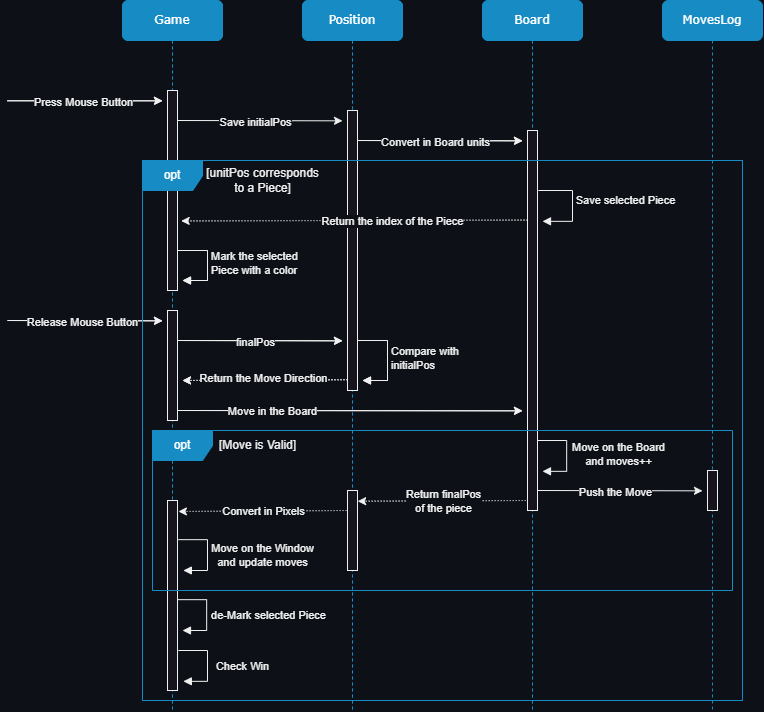
Earlier version of the draw.io export img/Sequence_Diagrams/SD-move_piece-dark_theme.png (nickramos94/Klotski). Source tidied: cells renumbered, new cells last; positions are measured from the earlier drawing's top-left corner, leaving out a move shared by most shapes.
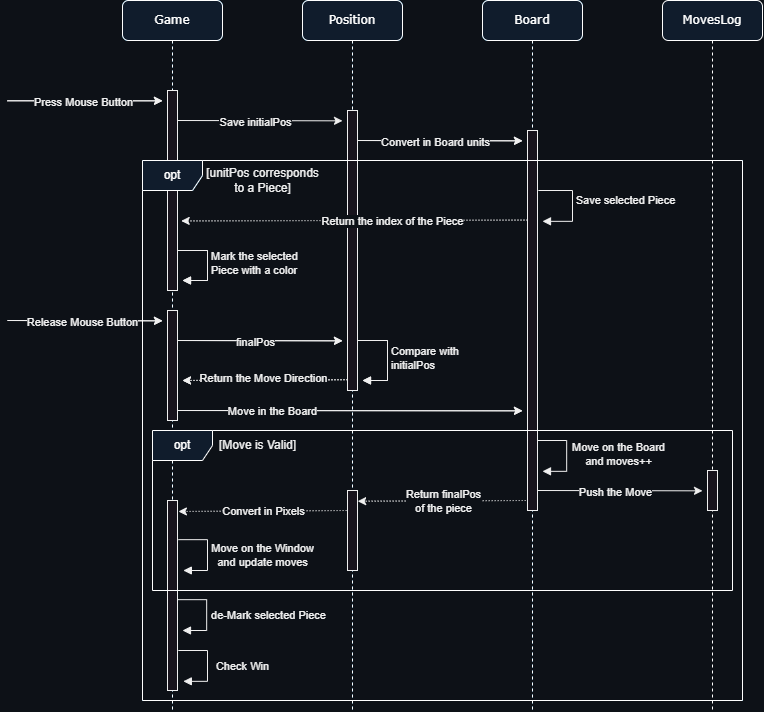
Later version of the same file.

Commit message:
Updated SD-move_piece colors

What changed in the source:
```diff
@@ -122,7 +122,7 @@
     <mxCell id="25" style="html=1;perimeter=orthogonalPerimeter;rounded=0;shadow=0;comic=0;labelBackgroundColor=#0d1117;strokeWidth=1;fontFamily=Verdana;fontSize=12;align=center;" parent="24" vertex="1">
       <mxGeometry x="45" y="130" width="10" height="380" as="geometry" />
     </mxCell>
-    <mxCell id="26" value="MovesLog" style="shape=umlLifeline;perimeter=lifelinePerimeter;whiteSpace=wrap;html=1;rounded=1;shadow=0;comic=0;labelBackgroundColor=none;strokeWidth=1;fontFamily=Verdana;fontSize=12;align=center;fillColor=#178CC4;fontColor=#ffffff;strokeColor=#178CC4;" parent="1" vertex="1">
+    <mxCell id="26" value="MovesLog" style="shape=umlLifeline;perimeter=lifelinePerimeter;whiteSpace=wrap;html=1;rounded=1;shadow=0;comic=0;labelBackgroundColor=none;strokeWidth=1;fontFamily=Verdana;fontSize=12;align=center;fillColor=#101c2c;fontColor=#ffffff;strokeColor=#FFFFFF;" parent="1" vertex="1">
       <mxGeometry x="655" width="100" height="710" as="geometry" />
     </mxCell>
     <mxCell id="27" style="html=1;perimeter=orthogonalPerimeter;rounded=0;shadow=0;comic=0;labelBackgroundColor=#0d1117;strokeWidth=1;fontFamily=Verdana;fontSize=12;align=center;" parent="26" vertex="1">
@@ -251,13 +251,13 @@
         <mxPoint x="34" y="4" as="offset" />
       </mxGeometry>
     </mxCell>
-    <mxCell id="48" value="Board" style="shape=umlLifeline;perimeter=lifelinePerimeter;whiteSpace=wrap;html=1;rounded=1;shadow=0;comic=0;labelBackgroundColor=none;strokeWidth=1;fontFamily=Verdana;fontSize=12;align=center;fillColor=#178CC4;fontColor=#ffffff;strokeColor=#178CC4;" parent="1" vertex="1">
+    <mxCell id="48" value="Board" style="shape=umlLifeline;perimeter=lifelinePerimeter;whiteSpace=wrap;html=1;rounded=1;shadow=0;comic=0;labelBackgroundColor=none;strokeWidth=1;fontFamily=Verdana;fontSize=12;align=center;fillColor=#101c2c;fontColor=#ffffff;strokeColor=#FFFFFF;" parent="1" vertex="1">
       <mxGeometry x="475" width="100" height="710" as="geometry" />
     </mxCell>
     <mxCell id="49" style="html=1;perimeter=orthogonalPerimeter;rounded=0;shadow=0;comic=0;labelBackgroundColor=#0d1117;strokeWidth=1;fontFamily=Verdana;fontSize=12;align=center;" parent="48" vertex="1">
       <mxGeometry x="45" y="130" width="10" height="380" as="geometry" />
     </mxCell>
-    <mxCell id="50" value="Position" style="shape=umlLifeline;perimeter=lifelinePerimeter;whiteSpace=wrap;html=1;rounded=1;shadow=0;comic=0;labelBackgroundColor=none;strokeWidth=1;fontFamily=Verdana;fontSize=12;align=center;fillColor=#178CC4;fontColor=#ffffff;strokeColor=#178CC4;" parent="1" vertex="1">
+    <mxCell id="50" value="Position" style="shape=umlLifeline;perimeter=lifelinePerimeter;whiteSpace=wrap;html=1;rounded=1;shadow=0;comic=0;labelBackgroundColor=none;strokeWidth=1;fontFamily=Verdana;fontSize=12;align=center;fillColor=#101c2c;fontColor=#ffffff;strokeColor=#FFFFFF;" parent="1" vertex="1">
       <mxGeometry x="295" width="100" height="710" as="geometry" />
     </mxCell>
     <mxCell id="51" style="html=1;perimeter=orthogonalPerimeter;rounded=0;shadow=0;comic=0;labelBackgroundColor=#0d1117;strokeWidth=1;fontFamily=Verdana;fontSize=12;align=center;" parent="50" vertex="1">
@@ -295,7 +295,7 @@
         </Array>
       </mxGeometry>
     </mxCell>
-    <mxCell id="57" value="Game" style="shape=umlLifeline;perimeter=lifelinePerimeter;whiteSpace=wrap;html=1;rounded=1;shadow=0;comic=0;labelBackgroundColor=none;strokeWidth=1;fontFamily=Verdana;fontSize=12;align=center;fillColor=#178CC4;fontColor=#ffffff;strokeColor=#178CC4;gradientColor=none;" parent="1" vertex="1">
+    <mxCell id="57" value="Game" style="shape=umlLifeline;perimeter=lifelinePerimeter;whiteSpace=wrap;html=1;rounded=1;shadow=0;comic=0;labelBackgroundColor=none;strokeWidth=1;fontFamily=Verdana;fontSize=12;align=center;fillColor=#101c2c;fontColor=#ffffff;strokeColor=#FFFFFF;gradientColor=none;" parent="1" vertex="1">
       <mxGeometry x="115" width="100" height="710" as="geometry" />
     </mxCell>
     <mxCell id="58" style="edgeStyle=elbowEdgeStyle;rounded=0;orthogonalLoop=1;jettySize=auto;html=1;elbow=vertical;curved=0;labelBackgroundColor=#0d1117;" parent="57" edge="1">
@@ -360,7 +360,7 @@
     <mxCell id="69" style="html=1;perimeter=orthogonalPerimeter;rounded=0;shadow=0;comic=0;labelBackgroundColor=#0d1117;strokeWidth=1;fontFamily=Verdana;fontSize=12;align=center;" parent="57" vertex="1">
       <mxGeometry x="45" y="500" width="10" height="190" as="geometry" />
     </mxCell>
-    <mxCell id="70" value="opt" style="shape=umlFrame;whiteSpace=wrap;html=1;labelBackgroundColor=none;fillColor=#178CC4;fontColor=#ffffff;strokeColor=#178CC4;" parent="1" vertex="1">
+    <mxCell id="70" value="opt" style="shape=umlFrame;whiteSpace=wrap;html=1;labelBackgroundColor=none;fillColor=#101c2c;fontColor=#ffffff;strokeColor=#FFFFFF;" parent="1" vertex="1">
       <mxGeometry x="135" y="160" width="600" height="540" as="geometry" />
     </mxCell>
     <mxCell id="71" style="html=1;perimeter=orthogonalPerimeter;rounded=0;shadow=0;comic=0;labelBackgroundColor=#0d1117;strokeWidth=1;fontFamily=Verdana;fontSize=12;align=center;" parent="1" vertex="1">
@@ -369,7 +369,7 @@
     <mxCell id="72" value="Return the index of the Piece" style="edgeLabel;html=1;align=center;verticalAlign=middle;labelBackgroundColor=#0d1117;" parent="1" vertex="1">
       <mxGeometry x="384.3" y="220.1" as="geometry" />
     </mxCell>
-    <mxCell id="73" value="opt" style="shape=umlFrame;whiteSpace=wrap;html=1;labelBackgroundColor=none;fillColor=#178CC4;fontColor=#ffffff;strokeColor=#178CC4;" parent="1" vertex="1">
+    <mxCell id="73" value="opt" style="shape=umlFrame;whiteSpace=wrap;html=1;labelBackgroundColor=none;fillColor=#101c2c;fontColor=#ffffff;strokeColor=#FFFFFF;" parent="1" vertex="1">
       <mxGeometry x="145" y="430" width="580" height="160" as="geometry" />
     </mxCell>
   </root>
```
